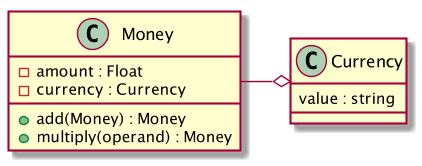
Earlier version of the PlantUML export manuscript/images/mathias-verraes/Money.png (mathiasverraes/15yearsddd). Its source is kept beside it as manuscript/images/mathias-verraes/Money.puml.
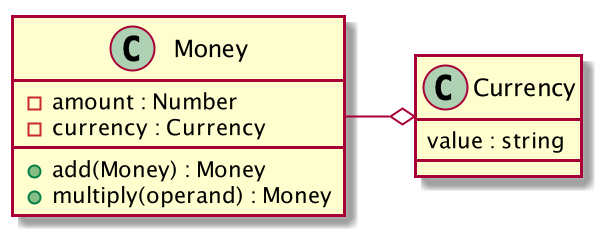
Later version of the same file.

The edit, as a diff of the source:
```diff
@@ -3,7 +3,7 @@
 !include Shared.puml
 
 class Money {
-  - amount : Float
+  - amount : Number
   - currency : Currency
   +add(Money) : Money
   +multiply(operand) : Money
```
